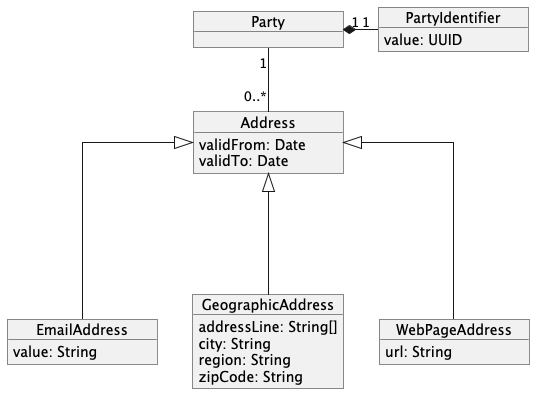
The PlantUML diagram party/diagrams/party-addresses-model.png in Software-Archetypes/archetypes, before a commit. The source it was exported from:
```plantuml
@startuml
skinparam MinClassWidth 150
skinparam linetype ortho

object Party
object PartyIdentifier {
  value: UUID
}

object Address {
  validFrom: Date
  validTo: Date
}
object EmailAddress {
  value: String
}
object GeographicAddress {
  addressLine: String[]
  city: String
  region: String
  zipCode: String
}
object WebPageAddress {
  url: String
}

Party "1" *- "1" PartyIdentifier
Party "1" -- "0..*" Address

EmailAddress --up-|> Address
GeographicAddress --up-|> Address
WebPageAddress --up-|> Address
@enduml
```
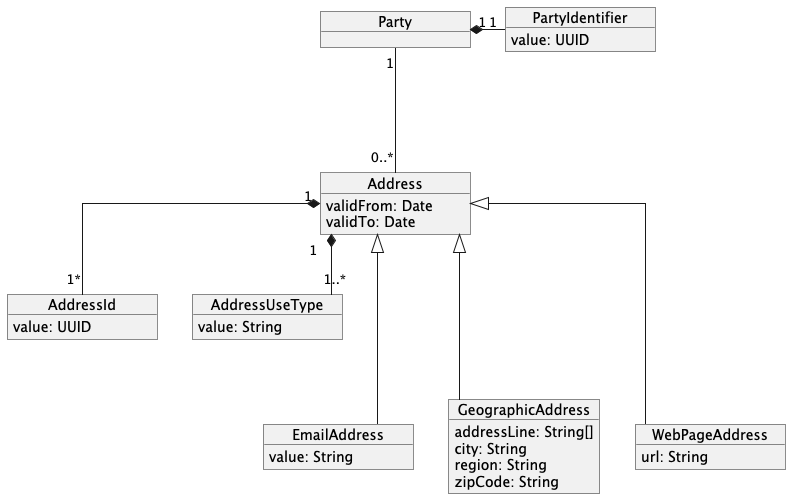
After the commit.

Change to the diagram source:
```diff
@@ -10,6 +10,12 @@
 object Address {
   validFrom: Date
   validTo: Date
+}
+object AddressId {
+  value: UUID
+}
+object AddressUseType {
+  value: String
 }
 object EmailAddress {
   value: String
@@ -25,7 +31,9 @@
 }
 
 Party "1" *- "1" PartyIdentifier
-Party "1" -- "0..*" Address
+Party "1" --- "0..*" Address
+Address "1" *-- "1..*" AddressUseType
+Address "1" *-- "1*" AddressId
 
 EmailAddress --up-|> Address
 GeographicAddress --up-|> Address
```
